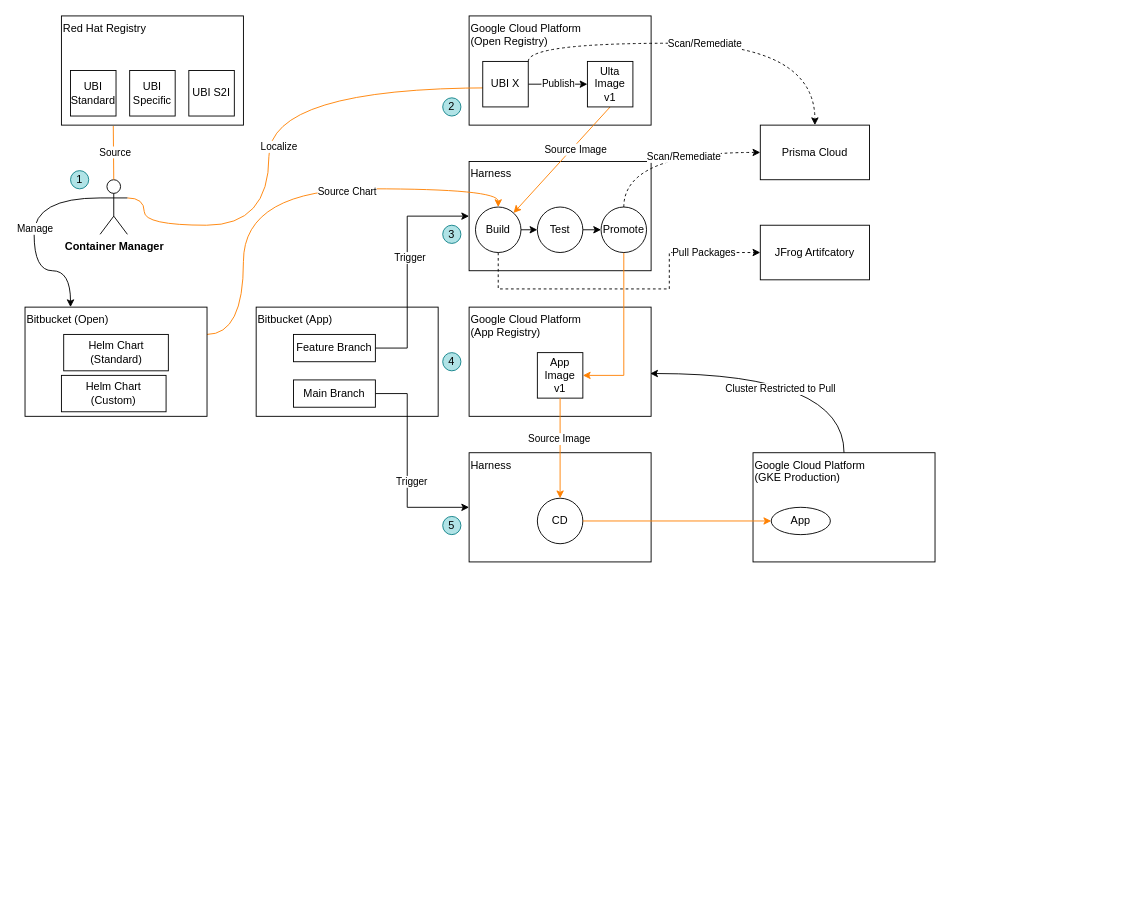
Earlier version of the draw.io diagram page "Page-14" (14 of 14) of images/compute.drawio (bpayt2/temp). Source tidied: cells renumbered, new cells numbered last; positions are measured from the earlier drawing's top-left corner, leaving out a move shared by most shapes. Both pictures are drawn from the tidied source at 91%, with x=0, y=0 at pixel (25, 15).
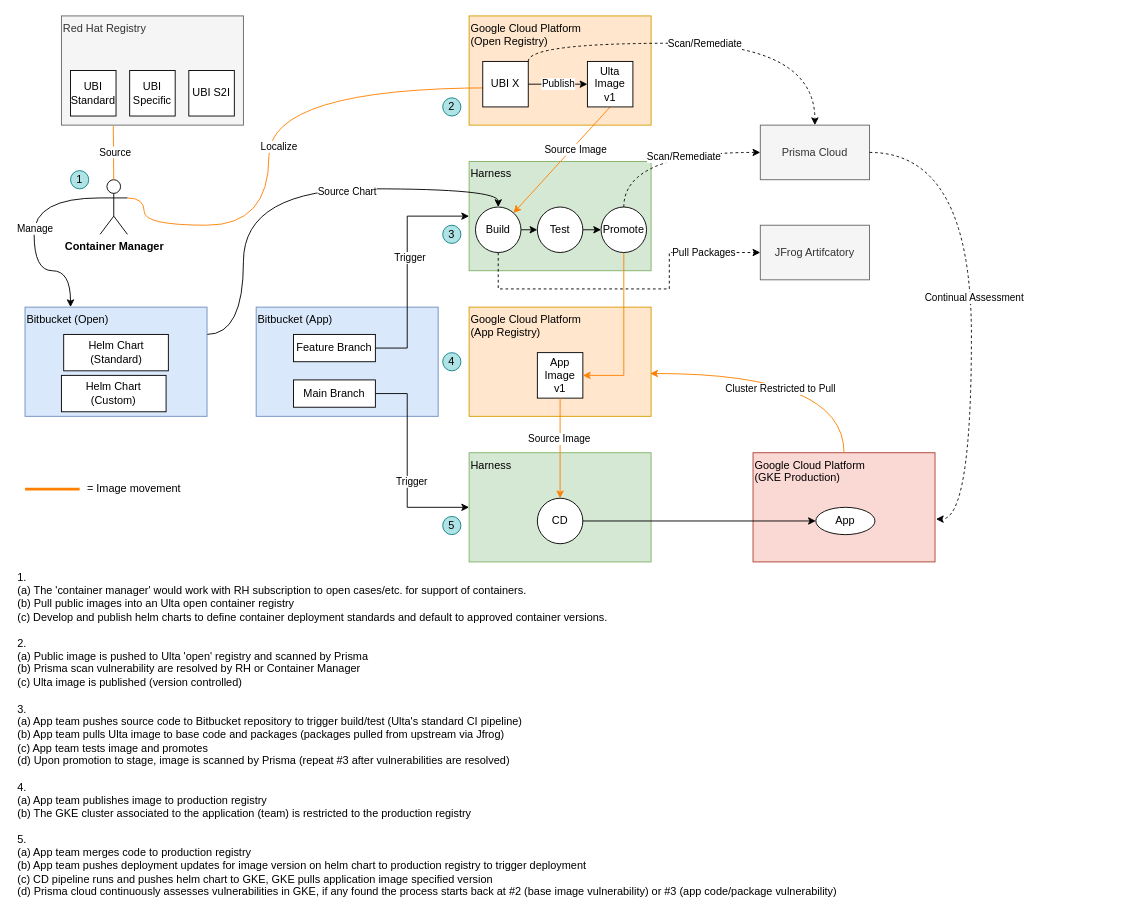
Above is the later version.

Unchanged cells that the change refers to:
```xml
<mxCell id="28" value="Build" style="ellipse;whiteSpace=wrap;html=1;" parent="1" vertex="1">
  <mxGeometry x="495" y="210" width="50" height="50" as="geometry" />
</mxCell>
<mxCell id="38" value="CD" style="ellipse;whiteSpace=wrap;html=1;" parent="1" vertex="1">
  <mxGeometry x="563" y="530" width="50" height="50" as="geometry" />
</mxCell>
```

Diff of the diagram source:
```diff
@@
-    <mxCell id="2" value="Red Hat Registry" style="rounded=0;whiteSpace=wrap;html=1;verticalAlign=top;align=left;" parent="1" vertex="1">
+    <mxCell id="2" value="Red Hat Registry" style="rounded=0;whiteSpace=wrap;html=1;verticalAlign=top;align=left;fillColor=#f5f5f5;fontColor=#333333;strokeColor=#666666;" parent="1" vertex="1">
       <mxGeometry x="40" width="200" height="120" as="geometry" />
     </mxCell>
@@
-    <mxCell id="6" value="Harness" style="rounded=0;whiteSpace=wrap;html=1;verticalAlign=top;align=left;" parent="1" vertex="1">
+    <mxCell id="6" value="Harness" style="rounded=0;whiteSpace=wrap;html=1;verticalAlign=top;align=left;fillColor=#d5e8d4;strokeColor=#82b366;" parent="1" vertex="1">
       <mxGeometry x="488" y="160" width="200" height="120" as="geometry" />
     </mxCell>
-    <mxCell id="7" value="Google Cloud Platform&amp;nbsp;&lt;div&gt;(Open Registry)&lt;/div&gt;" style="rounded=0;whiteSpace=wrap;html=1;verticalAlign=top;align=left;" parent="1" vertex="1">
+    <mxCell id="7" value="Google Cloud Platform&amp;nbsp;&lt;div&gt;(Open Registry)&lt;/div&gt;" style="rounded=0;whiteSpace=wrap;html=1;verticalAlign=top;align=left;fillColor=#ffe6cc;strokeColor=#d79b00;" parent="1" vertex="1">
       <mxGeometry x="488" width="200" height="120" as="geometry" />
     </mxCell>
@@
-    <mxCell id="15" value="Google Cloud Platform&amp;nbsp;&lt;div&gt;(App Registry)&lt;/div&gt;" style="rounded=0;whiteSpace=wrap;html=1;verticalAlign=top;align=left;" parent="1" vertex="1">
+    <mxCell id="15" value="Google Cloud Platform&amp;nbsp;&lt;div&gt;(App Registry)&lt;/div&gt;" style="rounded=0;whiteSpace=wrap;html=1;verticalAlign=top;align=left;fillColor=#ffe6cc;strokeColor=#d79b00;" parent="1" vertex="1">
       <mxGeometry x="488" y="320" width="200" height="120" as="geometry" />
     </mxCell>
@@
-    <mxCell id="21" value="Prisma Cloud" style="rounded=0;whiteSpace=wrap;html=1;align=center;verticalAlign=middle;" parent="1" vertex="1">
+    <mxCell id="21" value="Prisma Cloud" style="rounded=0;whiteSpace=wrap;html=1;align=center;verticalAlign=middle;fillColor=#f5f5f5;fontColor=#333333;strokeColor=#666666;" parent="1" vertex="1">
       <mxGeometry x="808" y="120" width="120" height="60" as="geometry" />
     </mxCell>
@@
-    <mxCell id="35" value="JFrog Artifcatory" style="rounded=0;whiteSpace=wrap;html=1;align=center;verticalAlign=middle;" parent="1" vertex="1">
+    <mxCell id="35" value="JFrog Artifcatory" style="rounded=0;whiteSpace=wrap;html=1;align=center;verticalAlign=middle;fillColor=#f5f5f5;fontColor=#333333;strokeColor=#666666;" parent="1" vertex="1">
       <mxGeometry x="808" y="230" width="120" height="60" as="geometry" />
     </mxCell>
@@
-    <mxCell id="37" value="Harness" style="rounded=0;whiteSpace=wrap;html=1;verticalAlign=top;align=left;" parent="1" vertex="1">
+    <mxCell id="37" value="Harness" style="rounded=0;whiteSpace=wrap;html=1;verticalAlign=top;align=left;fillColor=#d5e8d4;strokeColor=#82b366;" parent="1" vertex="1">
       <mxGeometry x="488" y="480" width="200" height="120" as="geometry" />
     </mxCell>
@@
-    <mxCell id="41" value="Google Cloud Platform&amp;nbsp;&lt;div&gt;(GKE Production)&lt;/div&gt;" style="rounded=0;whiteSpace=wrap;html=1;verticalAlign=top;align=left;" parent="1" vertex="1">
+    <mxCell id="41" value="Google Cloud Platform&amp;nbsp;&lt;div&gt;(GKE Production)&lt;/div&gt;" style="rounded=0;whiteSpace=wrap;html=1;verticalAlign=top;align=left;fillColor=#fad9d5;strokeColor=#ae4132;" parent="1" vertex="1">
       <mxGeometry x="800" y="480" width="200" height="120" as="geometry" />
     </mxCell>
-    <mxCell id="42" style="edgeStyle=orthogonalEdgeStyle;rounded=0;jettySize=auto;html=1;exitX=1;exitY=0.5;exitDx=0;exitDy=0;entryX=0;entryY=0.5;entryDx=0;entryDy=0;strokeColor=#FF8000;" parent="1" edge="1" source="38" target="43">
+    <mxCell id="42" style="edgeStyle=orthogonalEdgeStyle;rounded=0;jettySize=auto;html=1;exitX=1;exitY=0.5;exitDx=0;exitDy=0;entryX=0;entryY=0.5;entryDx=0;entryDy=0;strokeColor=#000000;" parent="1" edge="1" source="38" target="43">
       <mxGeometry relative="1" as="geometry" />
     </mxCell>
     <mxCell id="43" value="App" style="ellipse;whiteSpace=wrap;html=1;" parent="1" vertex="1">
-      <mxGeometry x="820" y="540" width="65" height="30" as="geometry" />
+      <mxGeometry x="869" y="540" width="65" height="30" as="geometry" />
     </mxCell>
-    <mxCell id="44" style="edgeStyle=orthogonalEdgeStyle;rounded=0;jettySize=auto;html=1;exitX=0.5;exitY=0;exitDx=0;exitDy=0;entryX=0.995;entryY=0.608;entryDx=0;entryDy=0;entryPerimeter=0;curved=1;" parent="1" edge="1" source="41" target="15">
+    <mxCell id="44" style="edgeStyle=orthogonalEdgeStyle;rounded=0;jettySize=auto;html=1;exitX=0.5;exitY=0;exitDx=0;exitDy=0;entryX=0.995;entryY=0.608;entryDx=0;entryDy=0;entryPerimeter=0;curved=1;strokeColor=#FF8000;" parent="1" edge="1" source="41" target="15">
       <mxGeometry relative="1" as="geometry" />
     </mxCell>
@@
-    <mxCell id="46" value="Bitbucket (App)" style="rounded=0;whiteSpace=wrap;html=1;verticalAlign=top;align=left;" parent="1" vertex="1">
+    <mxCell id="46" value="Bitbucket (App)" style="rounded=0;whiteSpace=wrap;html=1;verticalAlign=top;align=left;fillColor=#dae8fc;strokeColor=#6c8ebf;" parent="1" vertex="1">
       <mxGeometry x="254" y="320" width="200" height="120" as="geometry" />
     </mxCell>
@@
-    <mxCell id="53" style="edgeStyle=orthogonalEdgeStyle;rounded=0;jettySize=auto;html=1;exitX=1;exitY=0.25;exitDx=0;exitDy=0;entryX=0.5;entryY=0;entryDx=0;entryDy=0;curved=1;strokeColor=#FF8000;" parent="1" edge="1" source="55" target="28">
+    <mxCell id="53" style="edgeStyle=orthogonalEdgeStyle;rounded=0;jettySize=auto;html=1;exitX=1;exitY=0.25;exitDx=0;exitDy=0;entryX=0.5;entryY=0;entryDx=0;entryDy=0;curved=1;strokeColor=#000000;" parent="1" edge="1" source="55" target="28">
       <mxGeometry relative="1" as="geometry">
         <Array as="points">
           <mxPoint x="240" y="350" />
           <mxPoint x="240" y="190" />
           <mxPoint x="520" y="190" />
         </Array>
       </mxGeometry>
     </mxCell>
@@
-    <mxCell id="55" value="Bitbucket (Open)" style="rounded=0;whiteSpace=wrap;html=1;verticalAlign=top;align=left;" parent="1" vertex="1">
+    <mxCell id="55" value="Bitbucket (Open)" style="rounded=0;whiteSpace=wrap;html=1;verticalAlign=top;align=left;fillColor=#dae8fc;strokeColor=#6c8ebf;" parent="1" vertex="1">
       <mxGeometry y="320" width="200" height="120" as="geometry" />
     </mxCell>
@@
+    <mxCell id="63" value="1.&amp;nbsp;&lt;div&gt;(a) The 'container manager' would work with RH subscription to open cases/etc. for support of containers.&amp;nbsp;&lt;div&gt;(b) Pull public images into an Ulta open container registry&amp;nbsp;&lt;/div&gt;&lt;div&gt;(c) Develop and publish helm charts to define container deployment standards and default to approved container versions.&lt;div&gt;&lt;br&gt;&lt;/div&gt;&lt;div&gt;2.&amp;nbsp;&lt;/div&gt;&lt;div&gt;(a) Public image is pushed to Ulta 'open' registry and scanned by Prisma&lt;/div&gt;&lt;div&gt;(b) Prisma scan vulnerability are resolved by RH or Container Manager&lt;/div&gt;&lt;div&gt;(c) Ulta image is published (version controlled)&lt;/div&gt;&lt;div&gt;&lt;br&gt;&lt;/div&gt;&lt;div&gt;3.&amp;nbsp;&lt;/div&gt;&lt;div&gt;(a) App team pushes source code to Bitbucket repository to trigger build/test (Ulta's standard CI pipeline)&lt;/div&gt;&lt;div&gt;(b) App team pulls Ulta image to base code and packages (packages pulled from upstream via Jfrog)&lt;br&gt;&lt;div&gt;(c) App team tests image and promotes&amp;nbsp;&lt;br&gt;&lt;div&gt;(d) Upon promotion to stage, image is scanned by Prisma (repeat #3 after vulnerabilities are resolved)&lt;/div&gt;&lt;/div&gt;&lt;/div&gt;&lt;/div&gt;&lt;/div&gt;&lt;div&gt;&lt;br&gt;&lt;/div&gt;&lt;div&gt;4.&amp;nbsp;&lt;/div&gt;&lt;div&gt;(a) App team publishes image to production registry&lt;/div&gt;&lt;div&gt;(b) The GKE cluster associated to the application (team) is restricted to the production registry&lt;/div&gt;&lt;div&gt;&lt;br&gt;&lt;/div&gt;&lt;div&gt;5.&lt;/div&gt;&lt;div&gt;(a) App team merges code to production registry&lt;/div&gt;&lt;div&gt;(b) App team pushes deployment updates for image version on helm chart to production registry to trigger deployment&lt;/div&gt;&lt;div&gt;&lt;span style=&quot;background-color: transparent; color: light-dark(rgb(0, 0, 0), rgb(255, 255, 255));&quot;&gt;(c) CD pipeline runs and pushes helm chart to GKE, GKE pulls application image specified version&lt;/span&gt;&lt;/div&gt;&lt;div&gt;&lt;span style=&quot;background-color: transparent; color: light-dark(rgb(0, 0, 0), rgb(255, 255, 255));&quot;&gt;(d) Prisma cloud continuously assesses vulnerabilities in GKE, if any found the process starts back at #2 (base image vulnerability) or #3 (app code/package vulnerability)&amp;nbsp;&lt;/span&gt;&lt;/div&gt;" style="text;html=1;whiteSpace=wrap;strokeColor=none;fillColor=none;align=left;verticalAlign=middle;rounded=0;" parent="1" vertex="1">
+      <mxGeometry x="-10" y="670" width="1200" height="240" as="geometry" />
+    </mxCell>
+    <mxCell id="64" style="endArrow=none;html=1;rounded=0;strokeColor=#FF8000;strokeWidth=3;" parent="1" edge="1">
+      <mxGeometry relative="1" as="geometry">
+        <mxPoint y="520" as="sourcePoint" />
+        <mxPoint x="60" y="520" as="targetPoint" />
+      </mxGeometry>
+    </mxCell>
+    <mxCell id="65" value="= Image movement" style="text;html=1;whiteSpace=wrap;strokeColor=none;fillColor=none;align=center;verticalAlign=middle;rounded=0;" parent="1" vertex="1">
+      <mxGeometry x="60" y="505" width="120" height="30" as="geometry" />
+    </mxCell>
+    <mxCell id="66" style="edgeStyle=orthogonalEdgeStyle;rounded=0;jettySize=auto;html=1;exitX=1;exitY=0.5;exitDx=0;exitDy=0;entryX=1.005;entryY=0.608;entryDx=0;entryDy=0;entryPerimeter=0;curved=1;dashed=1;" parent="1" edge="1" source="21" target="41">
+      <mxGeometry relative="1" as="geometry">
+        <Array as="points">
+          <mxPoint x="1040" y="150" />
+          <mxPoint x="1040" y="553" />
+        </Array>
+      </mxGeometry>
+    </mxCell>
+    <mxCell id="67" value="Continual Assessment" style="edgeLabel;html=1;align=center;verticalAlign=middle;" parent="66" vertex="1">
+      <mxGeometry x="-0.02" y="2" relative="1" as="geometry" />
+    </mxCell>
```
